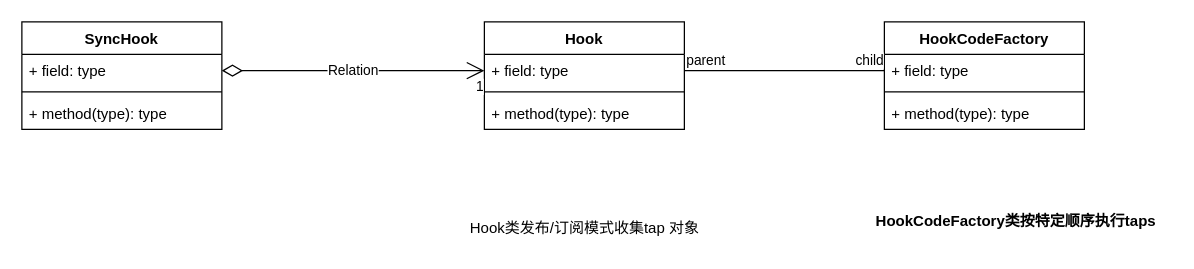
wbbhacker/drawFile keeps this draw.io diagram as tapable.drawio. Above is the earlier version. Source tidied: cells renumbered, new cells numbered last; positions are measured from the earlier drawing's top-left corner, leaving out a move shared by most shapes. Both pictures are drawn from the tidied source at 125%, with x=0, y=0 at pixel (21, 21).
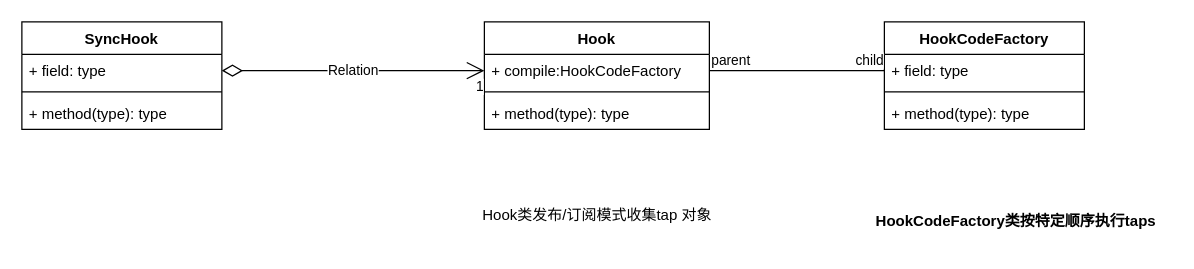
The same diagram, later.

What changed in the source:
```diff
@@
     <mxCell id="2" value="Hook&#10;" style="swimlane;fontStyle=1;align=center;verticalAlign=top;horizontal=1;startSize=26;" parent="1" vertex="1">
-      <mxGeometry x="370" width="160" height="86" as="geometry" />
+      <mxGeometry x="370" width="180" height="86" as="geometry" />
     </mxCell>
-    <mxCell id="3" value="+ field: type" style="text;strokeColor=none;fillColor=none;align=left;verticalAlign=top;spacingLeft=4;spacingRight=4;overflow=hidden;points=[[0,0.5],[1,0.5]];portConstraint=eastwest;" parent="2" vertex="1">
-      <mxGeometry y="26" width="160" height="26" as="geometry" />
+    <mxCell id="3" value="+ compile:HookCodeFactory" style="text;strokeColor=none;fillColor=none;align=left;verticalAlign=top;spacingLeft=4;spacingRight=4;overflow=hidden;points=[[0,0.5],[1,0.5]];portConstraint=eastwest;" parent="2" vertex="1">
+      <mxGeometry y="26" width="180" height="26" as="geometry" />
     </mxCell>
     <mxCell id="4" style="line;strokeWidth=1;fillColor=none;align=left;verticalAlign=middle;spacingTop=-1;spacingLeft=3;spacingRight=3;labelPosition=right;" parent="2" vertex="1">
-      <mxGeometry y="52" width="160" height="8" as="geometry" />
+      <mxGeometry y="52" width="180" height="8" as="geometry" />
     </mxCell>
     <mxCell id="5" value="+ method(type): type" style="text;strokeColor=none;fillColor=none;align=left;verticalAlign=top;spacingLeft=4;spacingRight=4;overflow=hidden;" parent="2" vertex="1">
-      <mxGeometry y="60" width="160" height="26" as="geometry" />
+      <mxGeometry y="60" width="180" height="26" as="geometry" />
     </mxCell>
@@
     <mxCell id="19" value="Hook类发布/订阅模式收集tap 对象" style="text;html=1;align=center;verticalAlign=middle;strokeColor=none;fillColor=none;" parent="1" vertex="1">
-      <mxGeometry x="345" y="150" width="210" height="30" as="geometry" />
+      <mxGeometry x="355" y="140" width="210" height="30" as="geometry" />
     </mxCell>
```
